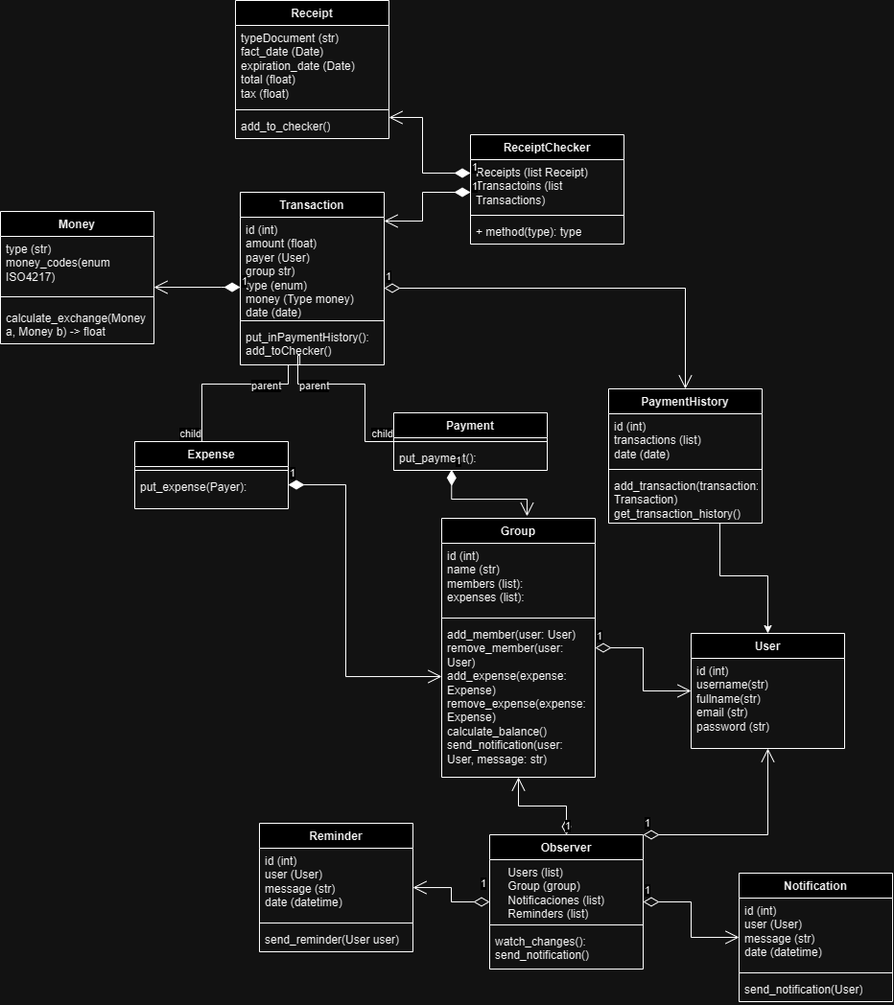
Above: images/PocketPartners-Diagram-Class.png in PocketPartners/Informe (draw.io), before the change. Source tidied: cells renumbered, new cells last; positions are measured from the earlier drawing's top-left corner, leaving out a move shared by most shapes.
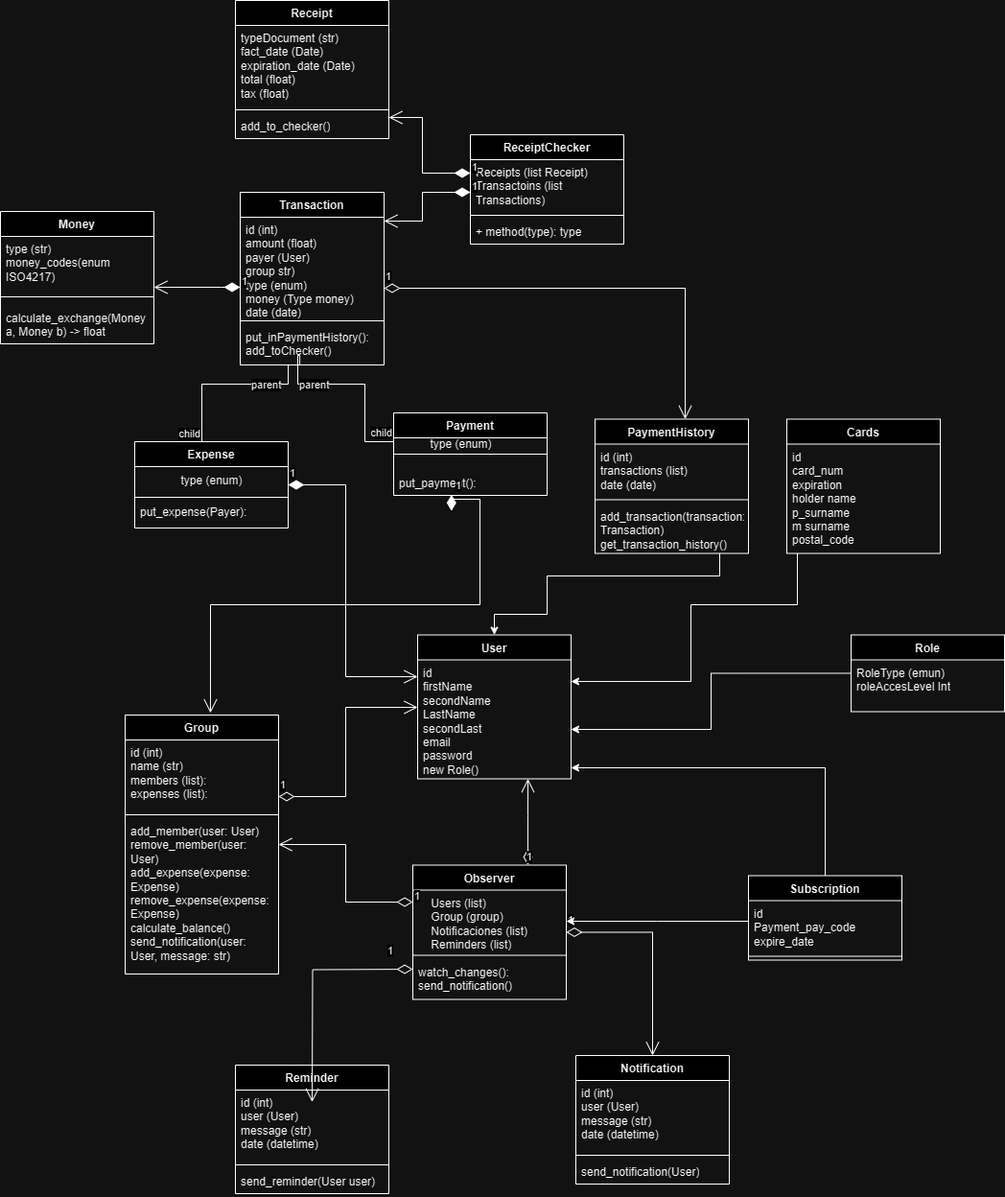
Above is the later version.

Commit message:
feat(4.7.1): added new diagram class

The edit, as a diff of the source:
```diff
@@ -3,22 +3,25 @@
     <mxCell id="0" />
     <mxCell id="1" parent="0" />
     <mxCell id="2" value="User" style="swimlane;fontStyle=1;align=center;verticalAlign=top;horizontal=1;startSize=26;whiteSpace=wrap;html=1;" parent="1" vertex="1">
-      <mxGeometry x="720" y="660" width="160" height="120" as="geometry" />
+      <mxGeometry x="435" y="661.5" width="160" height="150" as="geometry" />
     </mxCell>
-    <mxCell id="3" value="id (int)&amp;nbsp;&lt;br&gt;&lt;div&gt;username(str)&lt;/div&gt;&lt;div&gt;fullname(str)&lt;/div&gt;&lt;div&gt;&lt;span style=&quot;background-color: initial; color: rgb(0, 0, 0); --darkreader-inline-bgcolor: initial; --darkreader-inline-color: #ffffff;&quot;&gt;email (str)&lt;/span&gt;&lt;br&gt;&lt;/div&gt;&lt;div&gt;password (str)&lt;/div&gt;" style="text;strokeColor=none;fillColor=none;align=left;verticalAlign=top;spacingLeft=4;spacingRight=4;overflow=hidden;points=[[0,0.5],[1,0.5]];portConstraint=eastwest;whiteSpace=wrap;html=1;" parent="2" vertex="1">
-      <mxGeometry y="26" width="160" height="94" as="geometry" />
+    <mxCell id="3" value="&lt;div&gt;id&lt;/div&gt;&lt;div&gt;firstName&lt;/div&gt;&lt;div&gt;secondName&lt;/div&gt;&lt;div&gt;LastName&lt;/div&gt;&lt;div&gt;secondLast&lt;/div&gt;&lt;div&gt;email&lt;/div&gt;&lt;div&gt;password&lt;/div&gt;&lt;div&gt;new Role()&lt;/div&gt;" style="text;strokeColor=none;fillColor=none;align=left;verticalAlign=top;spacingLeft=4;spacingRight=4;overflow=hidden;points=[[0,0.5],[1,0.5]];portConstraint=eastwest;whiteSpace=wrap;html=1;" parent="2" vertex="1">
+      <mxGeometry y="26" width="160" height="124" as="geometry" />
     </mxCell>
     <mxCell id="4" value="Expense" style="swimlane;fontStyle=1;align=center;verticalAlign=top;horizontal=1;startSize=26;whiteSpace=wrap;html=1;" parent="1" vertex="1">
-      <mxGeometry x="140" y="460" width="160" height="70" as="geometry" />
+      <mxGeometry x="140" y="460" width="160" height="90" as="geometry" />
     </mxCell>
+    <mxCell id="64" value="type (enum)" style="text;html=1;align=center;verticalAlign=middle;strokeColor=none;fillColor=none;" parent="4" vertex="1">
+      <mxGeometry y="26" width="160" height="30" as="geometry" />
+    </mxCell>
     <mxCell id="5" style="line;strokeWidth=1;fillColor=none;align=left;verticalAlign=middle;spacingTop=-1;spacingLeft=3;spacingRight=3;labelPosition=right;strokeColor=inherit;" parent="4" vertex="1">
-      <mxGeometry y="26" width="160" height="8" as="geometry" />
+      <mxGeometry y="56" width="160" height="4" as="geometry" />
     </mxCell>
     <mxCell id="6" value="put_expense(Payer):" style="text;strokeColor=none;fillColor=none;align=left;verticalAlign=top;spacingLeft=4;spacingRight=4;overflow=hidden;whiteSpace=wrap;html=1;" parent="4" vertex="1">
-      <mxGeometry y="34" width="160" height="36" as="geometry" />
+      <mxGeometry y="60" width="160" height="30" as="geometry" />
     </mxCell>
     <mxCell id="7" value="Group" style="swimlane;fontStyle=1;align=center;verticalAlign=top;horizontal=1;startSize=26;whiteSpace=wrap;html=1;" parent="1" vertex="1">
-      <mxGeometry x="460" y="540" width="160" height="270" as="geometry" />
+      <mxGeometry x="130" y="745" width="160" height="270" as="geometry" />
     </mxCell>
     <mxCell id="8" value="&lt;div&gt;id (int)&lt;/div&gt;&lt;div&gt;name (str)&lt;/div&gt;&lt;div&gt;members (list):&amp;nbsp;&lt;/div&gt;&lt;div&gt;expenses (list):&amp;nbsp;&lt;/div&gt;" style="text;strokeColor=none;fillColor=none;align=left;verticalAlign=top;spacingLeft=4;spacingRight=4;overflow=hidden;whiteSpace=wrap;html=1;" parent="7" vertex="1">
       <mxGeometry y="26" width="160" height="74" as="geometry" />
@@ -30,7 +33,7 @@
       <mxGeometry y="108" width="160" height="162" as="geometry" />
     </mxCell>
     <mxCell id="11" value="Notification" style="swimlane;fontStyle=1;align=center;verticalAlign=top;horizontal=1;startSize=26;whiteSpace=wrap;html=1;" parent="1" vertex="1">
-      <mxGeometry x="770" y="910" width="160" height="134" as="geometry" />
+      <mxGeometry x="600" y="1100" width="160" height="134" as="geometry" />
     </mxCell>
     <mxCell id="12" value="&lt;div&gt;id (int)&lt;/div&gt;&lt;div&gt;user (User)&lt;/div&gt;&lt;div&gt;message (str)&lt;/div&gt;&lt;div&gt;date (datetime)&lt;/div&gt;" style="text;strokeColor=none;fillColor=none;align=left;verticalAlign=top;spacingLeft=4;spacingRight=4;overflow=hidden;whiteSpace=wrap;html=1;" parent="11" vertex="1">
       <mxGeometry y="26" width="160" height="74" as="geometry" />
@@ -42,7 +45,7 @@
       <mxGeometry y="108" width="160" height="26" as="geometry" />
     </mxCell>
     <mxCell id="15" value="Reminder" style="swimlane;fontStyle=1;align=center;verticalAlign=top;horizontal=1;startSize=26;whiteSpace=wrap;html=1;" parent="1" vertex="1">
-      <mxGeometry x="270" y="858" width="160" height="134" as="geometry" />
+      <mxGeometry x="245" y="1110" width="160" height="134" as="geometry" />
     </mxCell>
     <mxCell id="16" value="&lt;div&gt;id (int)&lt;/div&gt;&lt;div&gt;user (User)&lt;/div&gt;&lt;div&gt;message (str)&lt;/div&gt;&lt;div&gt;date (datetime)&lt;/div&gt;" style="text;strokeColor=none;fillColor=none;align=left;verticalAlign=top;spacingLeft=4;spacingRight=4;overflow=hidden;whiteSpace=wrap;html=1;" parent="15" vertex="1">
       <mxGeometry y="26" width="160" height="74" as="geometry" />
@@ -57,12 +60,14 @@
       <mxGeometry relative="1" as="geometry">
         <Array as="points">
           <mxPoint x="750" y="600" />
-          <mxPoint x="800" y="600" />
+          <mxPoint x="570" y="600" />
+          <mxPoint x="570" y="640" />
+          <mxPoint x="515" y="640" />
         </Array>
       </mxGeometry>
     </mxCell>
     <mxCell id="20" value="PaymentHistory" style="swimlane;fontStyle=1;align=center;verticalAlign=top;horizontal=1;startSize=26;whiteSpace=wrap;html=1;" parent="1" vertex="1">
-      <mxGeometry x="634" y="405" width="160" height="140" as="geometry" />
+      <mxGeometry x="620" y="436.5" width="160" height="140" as="geometry" />
     </mxCell>
     <mxCell id="21" value="&lt;div&gt;id (int)&lt;/div&gt;transactions (list)&lt;div&gt;date (date)&lt;/div&gt;" style="text;strokeColor=none;fillColor=none;align=left;verticalAlign=top;spacingLeft=4;spacingRight=4;overflow=hidden;whiteSpace=wrap;html=1;" parent="20" vertex="1">
       <mxGeometry y="26" width="160" height="54" as="geometry" />
@@ -74,7 +79,7 @@
       <mxGeometry y="88" width="160" height="52" as="geometry" />
     </mxCell>
     <mxCell id="24" value="Observer" style="swimlane;fontStyle=1;align=center;verticalAlign=top;horizontal=1;startSize=26;whiteSpace=wrap;html=1;" parent="1" vertex="1">
-      <mxGeometry x="510" y="870" width="160" height="140" as="geometry" />
+      <mxGeometry x="430" y="901.5" width="160" height="140" as="geometry" />
     </mxCell>
     <mxCell id="25" value="&lt;div&gt;&amp;nbsp; &amp;nbsp; Users (list)&lt;/div&gt;&lt;div&gt;&amp;nbsp; &amp;nbsp; Group (group)&lt;/div&gt;&lt;div&gt;&amp;nbsp; &amp;nbsp; Notificaciones (list)&lt;/div&gt;&lt;div&gt;&amp;nbsp; &amp;nbsp; Reminders (list)&lt;/div&gt;" style="text;strokeColor=none;fillColor=none;align=left;verticalAlign=top;spacingLeft=4;spacingRight=4;overflow=hidden;points=[[0,0.5],[1,0.5]];portConstraint=eastwest;whiteSpace=wrap;html=1;" parent="24" vertex="1">
       <mxGeometry y="26" width="160" height="64" as="geometry" />
@@ -86,17 +91,16 @@
       <mxGeometry y="98" width="160" height="42" as="geometry" />
     </mxCell>
     <mxCell id="28" value="Payment" style="swimlane;fontStyle=1;align=center;verticalAlign=top;horizontal=1;startSize=26;whiteSpace=wrap;html=1;" parent="1" vertex="1">
-      <mxGeometry x="410" y="430" width="160" height="60" as="geometry" />
+      <mxGeometry x="410" y="430" width="160" height="86" as="geometry" />
     </mxCell>
     <mxCell id="29" style="line;strokeWidth=1;fillColor=none;align=left;verticalAlign=middle;spacingTop=-1;spacingLeft=3;spacingRight=3;labelPosition=right;strokeColor=inherit;" parent="28" vertex="1">
-      <mxGeometry y="26" width="160" height="8" as="geometry" />
+      <mxGeometry y="26" width="160" height="34" as="geometry" />
     </mxCell>
     <mxCell id="30" value="put_payment():" style="text;strokeColor=none;fillColor=none;align=left;verticalAlign=top;spacingLeft=4;spacingRight=4;overflow=hidden;points=[[0,0.5],[1,0.5]];portConstraint=eastwest;whiteSpace=wrap;html=1;" parent="28" vertex="1">
-      <mxGeometry y="34" width="160" height="26" as="geometry" />
+      <mxGeometry y="60" width="160" height="26" as="geometry" />
     </mxCell>
-    <mxCell id="31" value="1" style="endArrow=open;html=1;endSize=12;startArrow=diamondThin;startSize=14;startFill=1;edgeStyle=orthogonalEdgeStyle;align=left;verticalAlign=bottom;rounded=0;" parent="1" edge="1" source="4">
+    <mxCell id="31" value="1" style="endArrow=open;html=1;endSize=12;startArrow=diamondThin;startSize=14;startFill=1;edgeStyle=orthogonalEdgeStyle;align=left;verticalAlign=bottom;rounded=0;" parent="1" edge="1" source="4" target="2">
       <mxGeometry x="-1" y="3" relative="1" as="geometry">
-        <mxPoint x="460" y="705" as="targetPoint" />
         <Array as="points">
           <mxPoint x="360" y="505" />
           <mxPoint x="360" y="705" />
@@ -119,7 +123,9 @@
       <mxGeometry x="-1" y="3" relative="1" as="geometry">
         <Array as="points">
           <mxPoint x="470" y="520" />
-          <mxPoint x="549" y="520" />
+          <mxPoint x="500" y="520" />
+          <mxPoint x="500" y="630" />
+          <mxPoint x="219" y="630" />
         </Array>
       </mxGeometry>
     </mxCell>
@@ -225,23 +231,92 @@
       </mxGeometry>
     </mxCell>
     <mxCell id="59" value="1" style="endArrow=open;html=1;endSize=12;startArrow=diamondThin;startSize=14;startFill=0;edgeStyle=orthogonalEdgeStyle;align=left;verticalAlign=bottom;rounded=0;" parent="1" edge="1" source="7" target="2">
-      <mxGeometry x="-1" y="3" relative="1" as="geometry" />
+      <mxGeometry x="-1" y="3" relative="1" as="geometry">
+        <Array as="points">
+          <mxPoint x="360" y="830" />
+          <mxPoint x="360" y="737" />
+        </Array>
+      </mxGeometry>
     </mxCell>
     <mxCell id="60" value="1" style="endArrow=open;html=1;endSize=12;startArrow=diamondThin;startSize=14;startFill=0;edgeStyle=orthogonalEdgeStyle;align=left;verticalAlign=bottom;rounded=0;" parent="1" edge="1" source="24" target="11">
       <mxGeometry x="-1" y="3" relative="1" as="geometry" />
     </mxCell>
-    <mxCell id="61" value="1" style="endArrow=open;html=1;endSize=12;startArrow=diamondThin;startSize=14;startFill=0;edgeStyle=orthogonalEdgeStyle;align=left;verticalAlign=bottom;rounded=0;" parent="1" edge="1" source="24" target="15">
-      <mxGeometry x="-0.76" y="-10" relative="1" as="geometry" />
+    <mxCell id="61" value="1" style="endArrow=open;html=1;endSize=12;startArrow=diamondThin;startSize=14;startFill=0;edgeStyle=orthogonalEdgeStyle;align=left;verticalAlign=bottom;rounded=0;" parent="1" edge="1">
+      <mxGeometry x="-0.76" y="-10" relative="1" as="geometry">
+        <mxPoint x="430" y="1010" as="sourcePoint" />
+        <mxPoint x="325" y="1148.5" as="targetPoint" />
+      </mxGeometry>
     </mxCell>
     <mxCell id="62" value="1" style="endArrow=open;html=1;endSize=12;startArrow=diamondThin;startSize=14;startFill=0;edgeStyle=orthogonalEdgeStyle;align=left;verticalAlign=bottom;rounded=0;" parent="1" edge="1" source="24" target="7">
-      <mxGeometry x="-1" y="3" relative="1" as="geometry" />
+      <mxGeometry x="-1" y="3" relative="1" as="geometry">
+        <Array as="points">
+          <mxPoint x="360" y="940" />
+          <mxPoint x="360" y="880" />
+        </Array>
+      </mxGeometry>
     </mxCell>
     <mxCell id="63" value="1" style="endArrow=open;html=1;endSize=12;startArrow=diamondThin;startSize=14;startFill=0;edgeStyle=orthogonalEdgeStyle;align=left;verticalAlign=bottom;rounded=0;" parent="1" edge="1" source="24" target="2">
       <mxGeometry x="-1" y="3" relative="1" as="geometry">
         <Array as="points">
-          <mxPoint x="800" y="870" />
+          <mxPoint x="550" y="850" />
+          <mxPoint x="550" y="850" />
         </Array>
       </mxGeometry>
     </mxCell>
+    <mxCell id="65" style="edgeStyle=orthogonalEdgeStyle;rounded=0;jettySize=auto;html=1;" parent="1" edge="1" source="66" target="3">
+      <mxGeometry relative="1" as="geometry">
+        <Array as="points">
+          <mxPoint x="741" y="702" />
+          <mxPoint x="741" y="760" />
+        </Array>
+      </mxGeometry>
+    </mxCell>
+    <mxCell id="66" value="Role" style="swimlane;fontStyle=1;align=center;verticalAlign=top;horizontal=1;startSize=26;whiteSpace=wrap;html=1;" parent="1" vertex="1">
+      <mxGeometry x="887" y="661.5" width="160" height="80" as="geometry" />
+    </mxCell>
+    <mxCell id="67" value="&lt;div&gt;RoleType (emun)&lt;/div&gt;&lt;div&gt;roleAccesLevel Int&lt;/div&gt;" style="text;strokeColor=none;fillColor=none;align=left;verticalAlign=top;spacingLeft=4;spacingRight=4;overflow=hidden;whiteSpace=wrap;html=1;" parent="66" vertex="1">
+      <mxGeometry y="26" width="160" height="54" as="geometry" />
+    </mxCell>
+    <mxCell id="68" value="Cards" style="swimlane;fontStyle=1;align=center;verticalAlign=top;horizontal=1;startSize=26;whiteSpace=wrap;html=1;" parent="1" vertex="1">
+      <mxGeometry x="820" y="436.5" width="160" height="140" as="geometry" />
+    </mxCell>
+    <mxCell id="69" value="&lt;div&gt;id&lt;/div&gt;&lt;div&gt;card_num&lt;/div&gt;&lt;div&gt;expiration&lt;/div&gt;&lt;div&gt;holder name&lt;/div&gt;&lt;div&gt;p_surname&lt;/div&gt;&lt;div&gt;m surname&lt;/div&gt;&lt;div&gt;postal_code&lt;/div&gt;" style="text;strokeColor=none;fillColor=none;align=left;verticalAlign=top;spacingLeft=4;spacingRight=4;overflow=hidden;whiteSpace=wrap;html=1;" parent="68" vertex="1">
+      <mxGeometry y="26" width="160" height="114" as="geometry" />
+    </mxCell>
+    <mxCell id="70" style="edgeStyle=orthogonalEdgeStyle;rounded=0;jettySize=auto;html=1;" parent="1" edge="1" source="68" target="2">
+      <mxGeometry relative="1" as="geometry">
+        <Array as="points">
+          <mxPoint x="831" y="630" />
+          <mxPoint x="720" y="630" />
+          <mxPoint x="720" y="710" />
+        </Array>
+      </mxGeometry>
+    </mxCell>
+    <mxCell id="71" style="edgeStyle=elbowEdgeStyle;rounded=0;jettySize=auto;html=1;" parent="1" edge="1" source="72" target="25">
+      <mxGeometry relative="1" as="geometry">
+        <Array as="points">
+          <mxPoint x="685" y="960" />
+        </Array>
+      </mxGeometry>
+    </mxCell>
+    <mxCell id="72" value="Subscription" style="swimlane;fontStyle=1;align=center;verticalAlign=top;horizontal=1;startSize=26;whiteSpace=wrap;html=1;" parent="1" vertex="1">
+      <mxGeometry x="780" y="912.5" width="160" height="88" as="geometry" />
+    </mxCell>
+    <mxCell id="73" value="&lt;div&gt;id&lt;/div&gt;&lt;div&gt;Payment_pay_code&lt;/div&gt;&lt;div&gt;expire_date&lt;/div&gt;" style="text;strokeColor=none;fillColor=none;align=left;verticalAlign=top;spacingLeft=4;spacingRight=4;overflow=hidden;whiteSpace=wrap;html=1;" parent="72" vertex="1">
+      <mxGeometry y="26" width="160" height="54" as="geometry" />
+    </mxCell>
+    <mxCell id="74" style="line;strokeWidth=1;fillColor=none;align=left;verticalAlign=middle;spacingTop=-1;spacingLeft=3;spacingRight=3;labelPosition=right;strokeColor=inherit;" parent="72" vertex="1">
+      <mxGeometry y="80" width="160" height="8" as="geometry" />
+    </mxCell>
+    <mxCell id="75" style="edgeStyle=orthogonalEdgeStyle;rounded=0;jettySize=auto;html=1;" parent="1" edge="1" source="72" target="3">
+      <mxGeometry relative="1" as="geometry">
+        <Array as="points">
+          <mxPoint x="860" y="800" />
+        </Array>
+      </mxGeometry>
+    </mxCell>
+    <mxCell id="76" value="type (enum)" style="text;html=1;align=center;verticalAlign=middle;strokeColor=none;fillColor=none;" parent="1" vertex="1">
+      <mxGeometry x="435" y="448" width="90" height="30" as="geometry" />
+    </mxCell>
   </root>
 </mxGraphModel>
```
